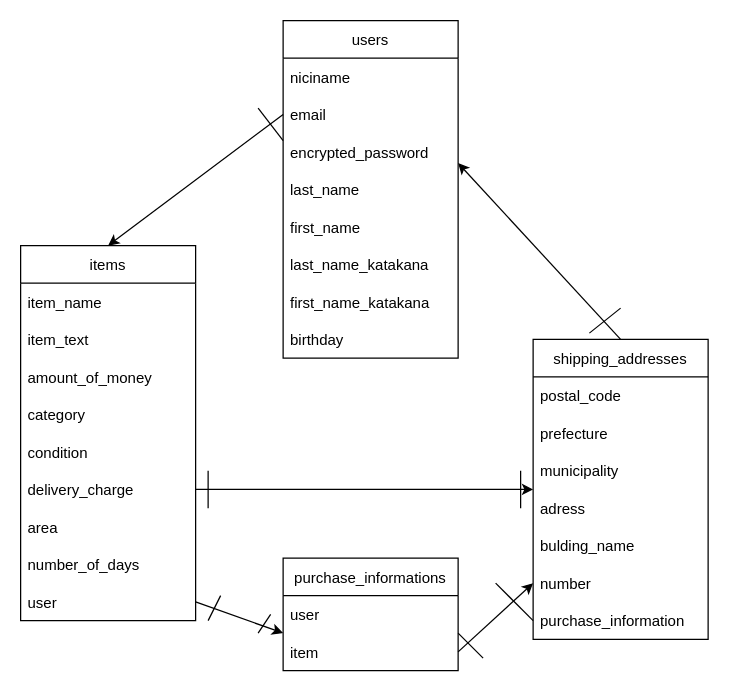
TKIN10/furima-38870 keeps this draw.io diagram as furima.dio. Above is the earlier version. Source tidied: cells renumbered, new cells numbered last; positions are measured from the earlier drawing's top-left corner, leaving out a move shared by most shapes. Both pictures are drawn from the tidied source at 125%, with x=0, y=0 at pixel (20, 20).
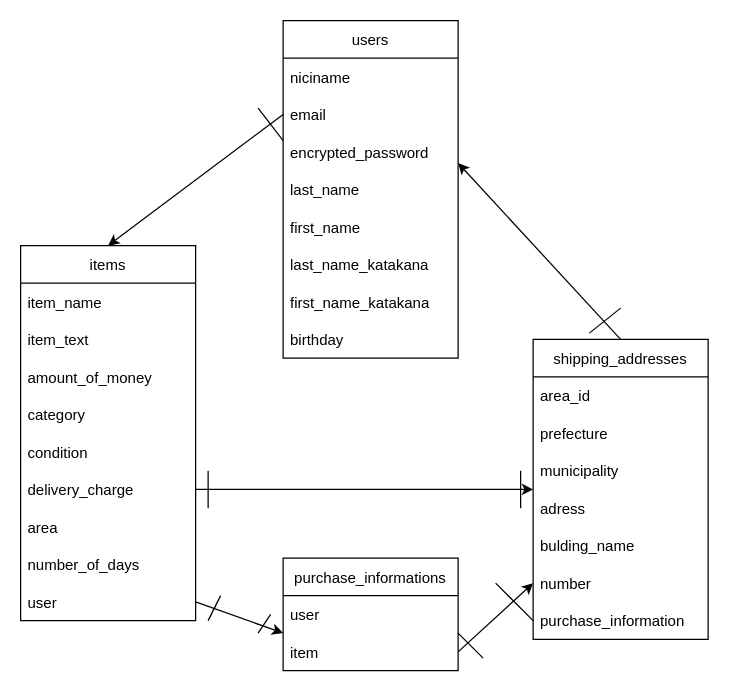
After the change.

Commit message (it also covers changes not shown here):
(3回目)データベース設計

The change refers to these unchanged cells:
```xml
<mxCell id="25" value="shipping_addresses" style="swimlane;fontStyle=0;horizontal=1;startSize=30;" parent="1" vertex="1">
  <mxGeometry x="410" y="255" width="140" height="240" as="geometry" />
</mxCell>
```

The edit, as a diff of the source:
```diff
@@
-    <mxCell id="26" value="postal_code" style="text;strokeColor=none;fillColor=none;align=left;verticalAlign=middle;spacingLeft=4;spacingRight=4;overflow=hidden;" parent="25" vertex="1">
+    <mxCell id="26" value="area_id" style="text;strokeColor=none;fillColor=none;align=left;verticalAlign=middle;spacingLeft=4;spacingRight=4;overflow=hidden;" parent="25" vertex="1">
       <mxGeometry y="30" width="140" height="30" as="geometry" />
     </mxCell>
```
